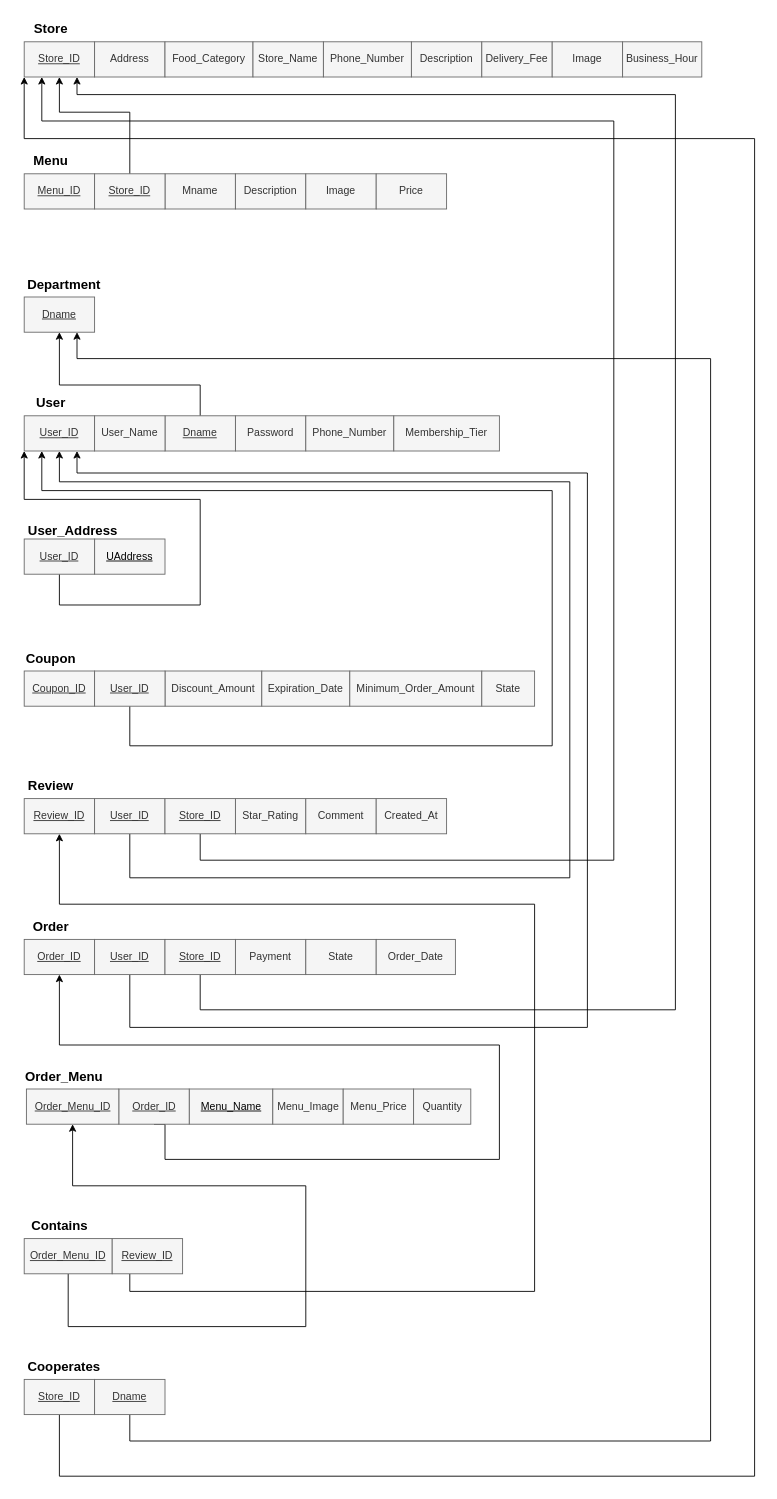
This is docs/diagrams/relational-model/relational-model.drawio from scv1702/delivery-king-hobanwoo, a draw.io file, before an edit. Source tidied: cells renumbered, new cells numbered last; positions are measured from the earlier drawing's top-left corner, leaving out a move shared by most shapes. Both pictures are drawn from the tidied source at 88%, with x=0, y=0 at pixel (15, 15).
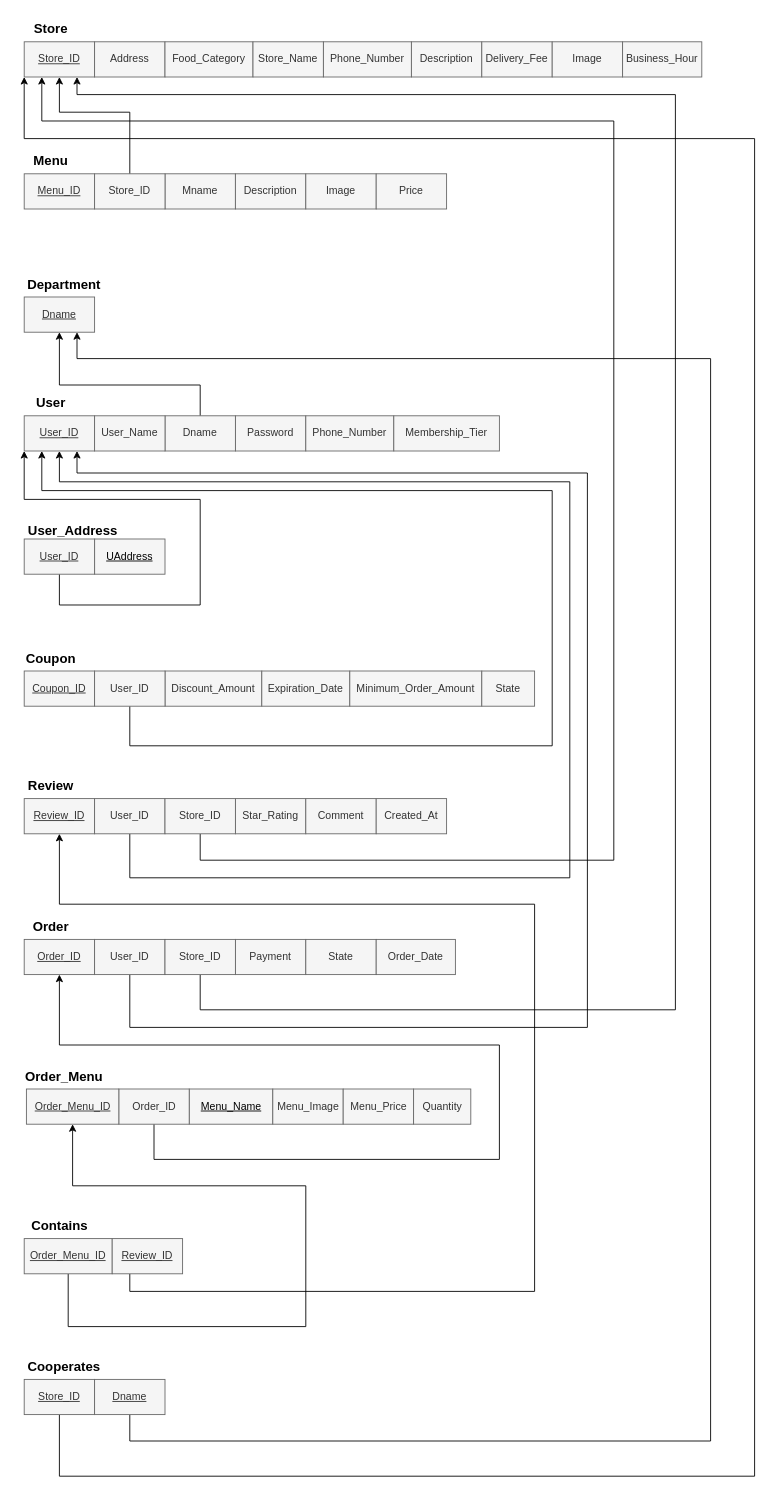
The same diagram, later.

The change refers to these unchanged cells:
```xml
<mxCell id="35" value="&lt;u&gt;Order_ID&lt;/u&gt;" style="rounded=0;whiteSpace=wrap;html=1;fillColor=#f5f5f5;fontColor=#333333;strokeColor=#666666;" parent="1" vertex="1">
  <mxGeometry x="10" y="1050" width="80" height="40" as="geometry" />
</mxCell>
```

Diff of the diagram source:
```diff
@@
     <mxCell id="44" style="edgeStyle=orthogonalEdgeStyle;rounded=0;jettySize=auto;html=1;fontSize=15;fontColor=#000000;entryX=0.5;entryY=1;entryDx=0;entryDy=0;exitX=0.5;exitY=1;exitDx=0;exitDy=0;" parent="1" edge="1" source="45" target="35">
       <mxGeometry relative="1" as="geometry">
         <Array as="points">
-          <mxPoint x="170" y="1260" />
-          <mxPoint x="170" y="1300" />
+          <mxPoint x="158" y="1300" />
           <mxPoint x="550" y="1300" />
           <mxPoint x="550" y="1170" />
           <mxPoint x="50" y="1170" />
         </Array>
       </mxGeometry>
     </mxCell>
-    <mxCell id="45" value="&lt;u&gt;Order_ID&lt;/u&gt;" style="rounded=0;whiteSpace=wrap;html=1;fillColor=#f5f5f5;fontColor=#333333;strokeColor=#666666;" parent="1" vertex="1">
+    <mxCell id="45" value="Order_ID" style="rounded=0;whiteSpace=wrap;html=1;fillColor=#f5f5f5;fontColor=#333333;strokeColor=#666666;" parent="1" vertex="1">
       <mxGeometry x="117.5" y="1220" width="80" height="40" as="geometry" />
     </mxCell>
@@
-    <mxCell id="47" value="&lt;u&gt;User_ID&lt;/u&gt;" style="rounded=0;whiteSpace=wrap;html=1;fillColor=#f5f5f5;fontColor=#333333;strokeColor=#666666;" parent="1" vertex="1">
+    <mxCell id="47" value="User_ID" style="rounded=0;whiteSpace=wrap;html=1;fillColor=#f5f5f5;fontColor=#333333;strokeColor=#666666;" parent="1" vertex="1">
       <mxGeometry x="90" y="745" width="80" height="40" as="geometry" />
     </mxCell>
@@
-    <mxCell id="52" value="&lt;u&gt;User_ID&lt;/u&gt;" style="rounded=0;whiteSpace=wrap;html=1;fillColor=#f5f5f5;fontColor=#333333;strokeColor=#666666;" parent="1" vertex="1">
+    <mxCell id="52" value="User_ID" style="rounded=0;whiteSpace=wrap;html=1;fillColor=#f5f5f5;fontColor=#333333;strokeColor=#666666;" parent="1" vertex="1">
       <mxGeometry x="90" y="890" width="80" height="40" as="geometry" />
     </mxCell>
@@
-    <mxCell id="54" value="&lt;u&gt;User_ID&lt;/u&gt;" style="rounded=0;whiteSpace=wrap;html=1;fillColor=#f5f5f5;fontColor=#333333;strokeColor=#666666;" parent="1" vertex="1">
+    <mxCell id="54" value="User_ID" style="rounded=0;whiteSpace=wrap;html=1;fillColor=#f5f5f5;fontColor=#333333;strokeColor=#666666;" parent="1" vertex="1">
       <mxGeometry x="90" y="1050" width="80" height="40" as="geometry" />
     </mxCell>
@@
-    <mxCell id="57" value="&lt;u&gt;Store_ID&lt;/u&gt;" style="rounded=0;whiteSpace=wrap;html=1;fillColor=#f5f5f5;fontColor=#333333;strokeColor=#666666;" parent="1" vertex="1">
+    <mxCell id="57" value="Store_ID" style="rounded=0;whiteSpace=wrap;html=1;fillColor=#f5f5f5;fontColor=#333333;strokeColor=#666666;" parent="1" vertex="1">
       <mxGeometry x="170" y="1050" width="80" height="40" as="geometry" />
     </mxCell>
@@
-    <mxCell id="59" value="&lt;u&gt;Store_ID&lt;/u&gt;" style="rounded=0;whiteSpace=wrap;html=1;fillColor=#f5f5f5;fontColor=#333333;strokeColor=#666666;" parent="1" vertex="1">
+    <mxCell id="59" value="Store_ID" style="rounded=0;whiteSpace=wrap;html=1;fillColor=#f5f5f5;fontColor=#333333;strokeColor=#666666;" parent="1" vertex="1">
       <mxGeometry x="90" y="180" width="80" height="40" as="geometry" />
     </mxCell>
@@
-    <mxCell id="61" value="&lt;u&gt;Dname&lt;/u&gt;" style="rounded=0;whiteSpace=wrap;html=1;fillColor=#f5f5f5;fontColor=#333333;strokeColor=#666666;" parent="1" vertex="1">
+    <mxCell id="61" value="Dname" style="rounded=0;whiteSpace=wrap;html=1;fillColor=#f5f5f5;fontColor=#333333;strokeColor=#666666;" parent="1" vertex="1">
       <mxGeometry x="170" y="455" width="80" height="40" as="geometry" />
     </mxCell>
@@
-    <mxCell id="63" value="&lt;u&gt;Store_ID&lt;/u&gt;" style="rounded=0;whiteSpace=wrap;html=1;fillColor=#f5f5f5;fontColor=#333333;strokeColor=#666666;" parent="1" vertex="1">
+    <mxCell id="63" value="Store_ID" style="rounded=0;whiteSpace=wrap;html=1;fillColor=#f5f5f5;fontColor=#333333;strokeColor=#666666;" parent="1" vertex="1">
       <mxGeometry x="170" y="890" width="80" height="40" as="geometry" />
     </mxCell>
```
